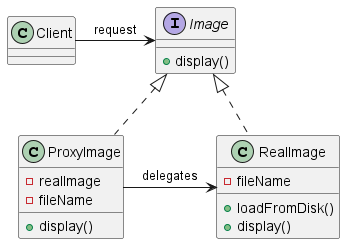
The PlantUML diagram structural/proxy/proxy-uml.png in ahmedyoussof/java-design-patterns, before a commit.
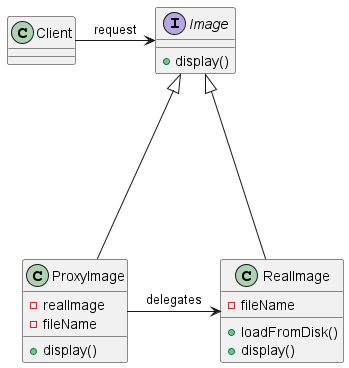
The same file after the commit.

Commit message:
add Proxy pattern

The edit, as a diff of the source:
```diff
@@ -4,13 +4,13 @@
     +display()
 }
 
-Class RealImage implements Image {
+Class RealImage {
     -fileName
     +loadFromDisk()
     +display()
 }
 
-Class ProxyImage implements Image {
+Class ProxyImage {
     -realImage
     -fileName
     +display()
@@ -18,8 +18,10 @@
 
 
 
-Client -> Image: request
-ProxyImage -> RealImage: delegates
+Image <|--- RealImage
+Image <|---- ProxyImage
+Client -r-> Image: request
+ProxyImage -r-> RealImage: delegates
 
 
 @enduml
```
